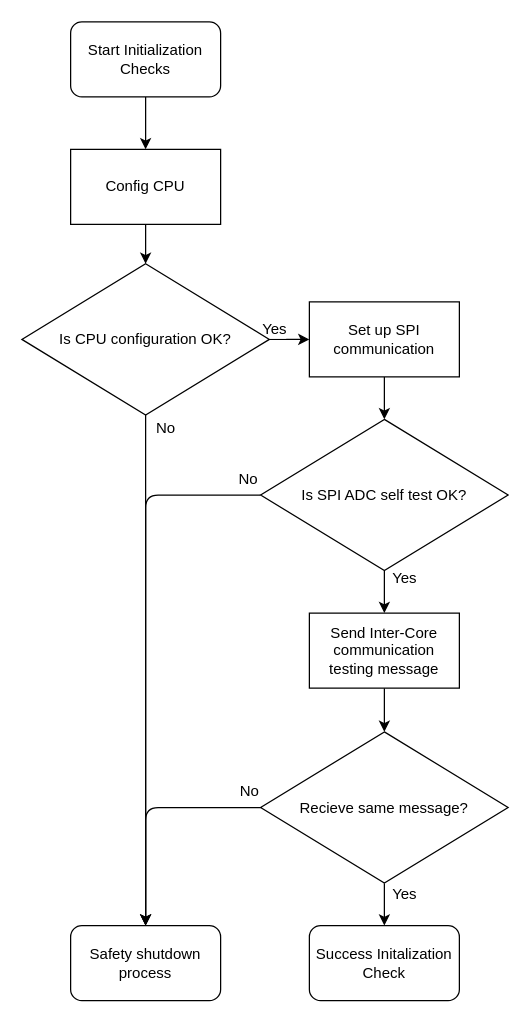
The draw.io diagram schematic/05-sw-flow-initialization-check.drawio in petrkucerak/diplom-thesis, before the edit. Source tidied: cells renumbered, new cells numbered last; positions are measured from the earlier drawing's top-left corner, leaving out a move shared by most shapes. Both pictures are drawn from the tidied source at 125%, with x=0, y=0 at pixel (21, 21).
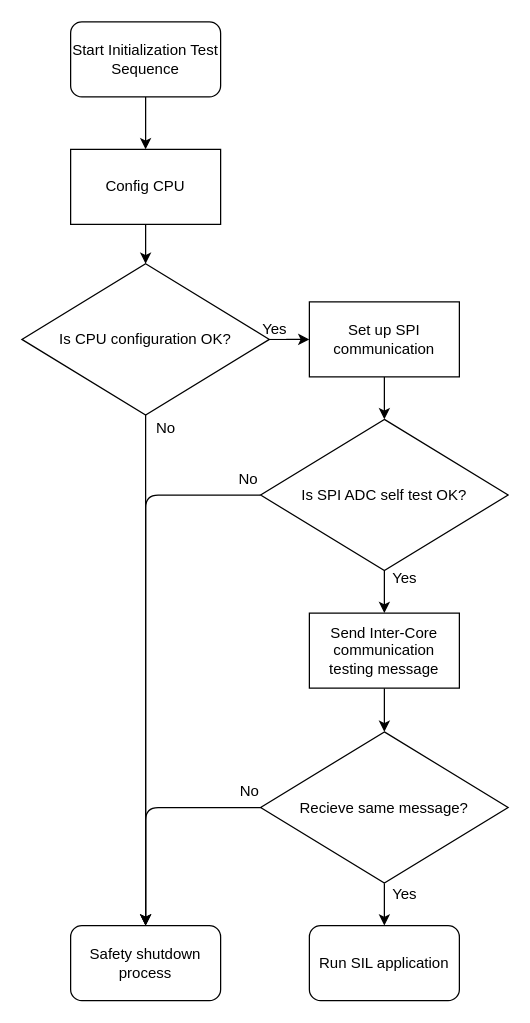
Above is the later version.

What changed in the source:
```diff
@@
-    <mxCell id="3" value="Start Initialization Checks" style="rounded=1;whiteSpace=wrap;html=1;fontSize=12;" parent="1" vertex="1">
+    <mxCell id="3" value="Start Initialization Test Sequence" style="rounded=1;whiteSpace=wrap;html=1;fontSize=12;" parent="1" vertex="1">
       <mxGeometry x="39" width="120" height="60" as="geometry" />
     </mxCell>
@@
-    <mxCell id="8" value="Success Initalization Check" style="rounded=1;whiteSpace=wrap;html=1;fontSize=12;" parent="1" vertex="1">
+    <mxCell id="8" value="Run SIL application" style="rounded=1;whiteSpace=wrap;html=1;fontSize=12;" parent="1" vertex="1">
       <mxGeometry x="230" y="723" width="120" height="60" as="geometry" />
     </mxCell>
```
